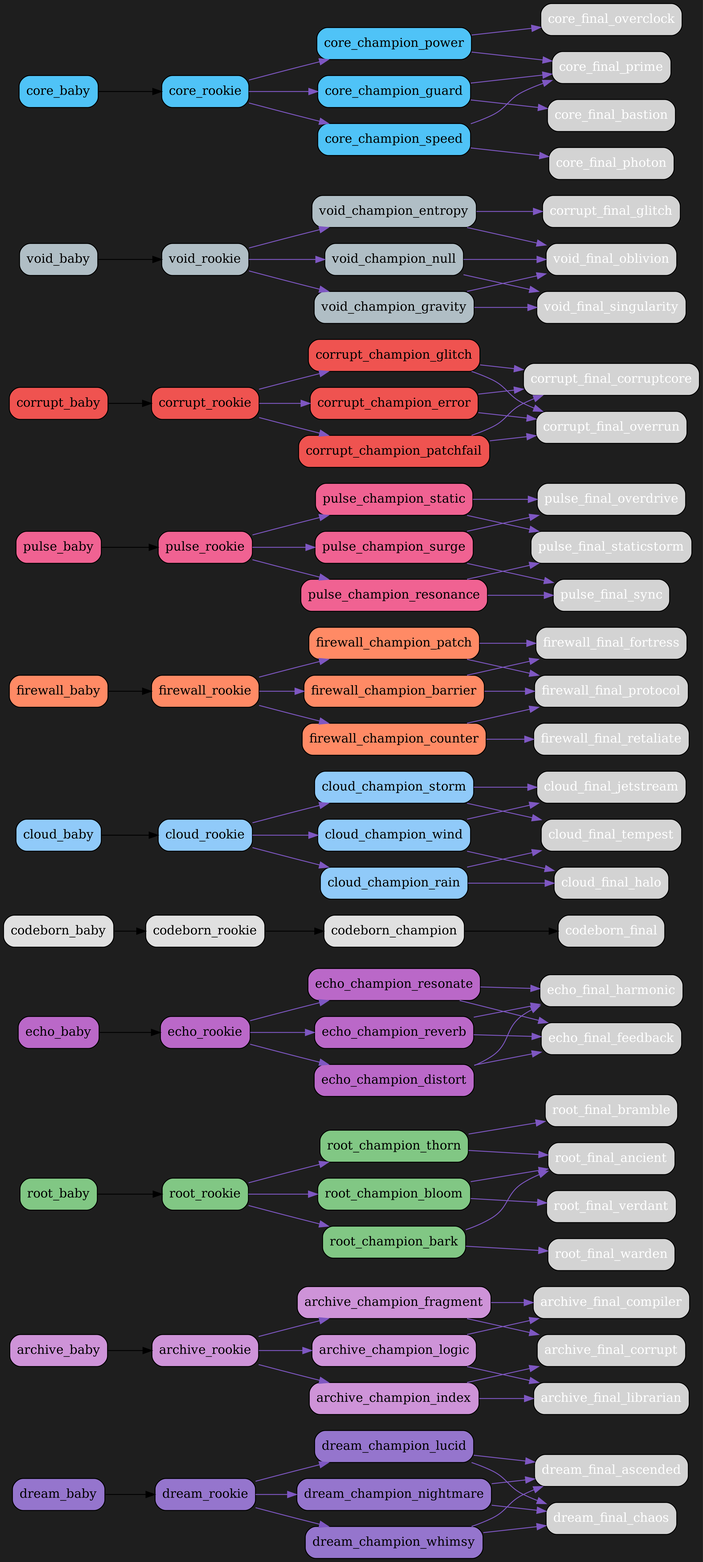
Earlier version of the Graphviz export src/netgrid/systems/evolution/graphs/dark/evolution_graph_dark.png (bwlight/NetGrid). Its source is kept beside it as src/netgrid/systems/evolution/graphs/dark/evolution_graph_dark.dot.
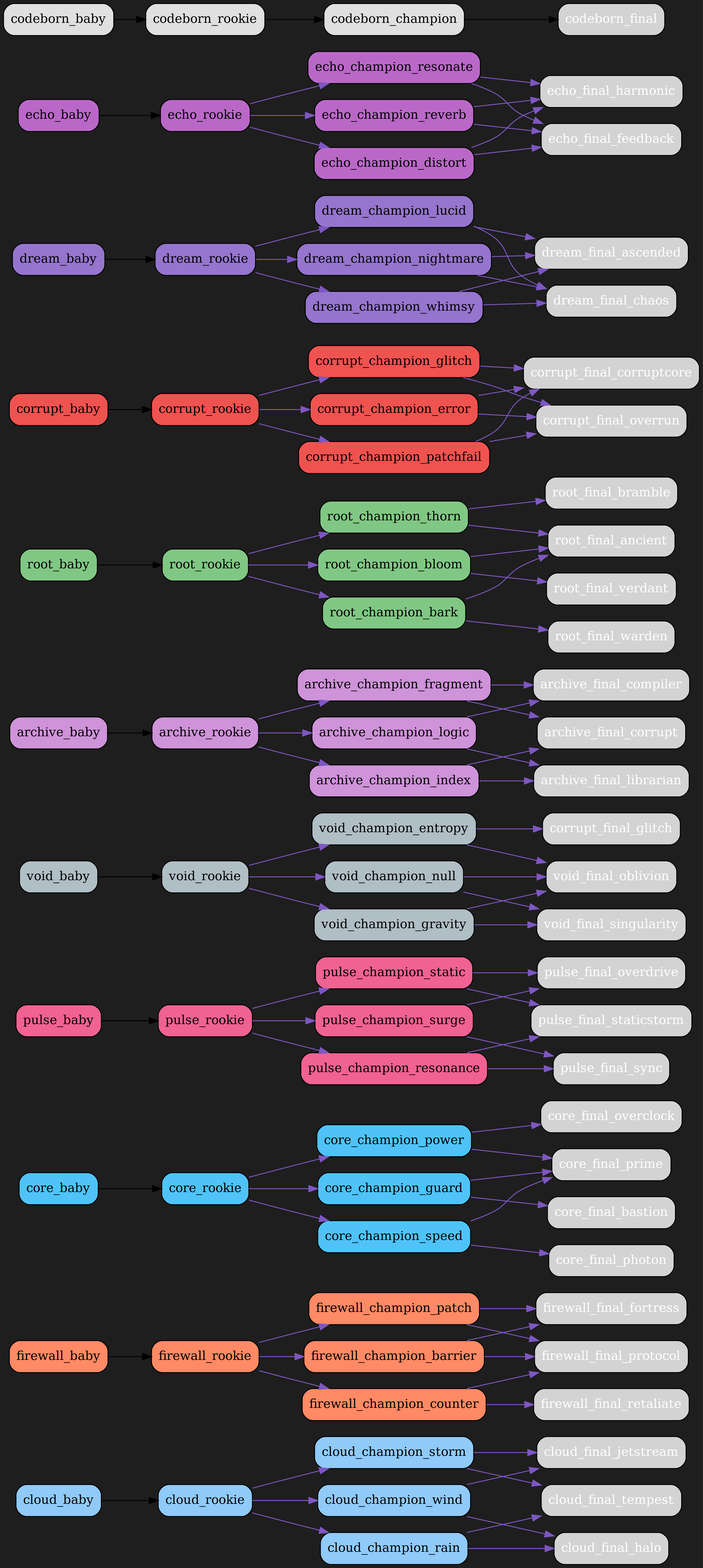
After the change.

Commit message:
Auto-update evolution graphs

Change to the diagram source:
```diff
@@ -2,21 +2,81 @@
   rankdir=LR;
   bgcolor="#1e1e1e";
   node [shape=box, style="rounded,filled", fontcolor="white"];
-  "dream_baby" [fillcolor="#9575cd", fontcolor="black"];
-  "dream_baby" -> "dream_rookie";
-  "dream_rookie" [fillcolor="#9575cd", fontcolor="black"];
-  "dream_rookie" -> "dream_champion_lucid" [color="#7e57c2"];
-  "dream_rookie" -> "dream_champion_nightmare" [color="#7e57c2"];
-  "dream_rookie" -> "dream_champion_whimsy" [color="#7e57c2"];
-  "dream_champion_lucid" [fillcolor="#9575cd", fontcolor="black"];
-  "dream_champion_lucid" -> "dream_final_ascended" [color="#7e57c2"];
-  "dream_champion_lucid" -> "dream_final_chaos" [color="#7e57c2"];
-  "dream_champion_nightmare" [fillcolor="#9575cd", fontcolor="black"];
-  "dream_champion_nightmare" -> "dream_final_chaos" [color="#7e57c2"];
-  "dream_champion_nightmare" -> "dream_final_ascended" [color="#7e57c2"];
-  "dream_champion_whimsy" [fillcolor="#9575cd", fontcolor="black"];
-  "dream_champion_whimsy" -> "dream_final_ascended" [color="#7e57c2"];
-  "dream_champion_whimsy" -> "dream_final_chaos" [color="#7e57c2"];
+  "cloud_baby" [fillcolor="#90caf9", fontcolor="black"];
+  "cloud_baby" -> "cloud_rookie";
+  "cloud_rookie" [fillcolor="#90caf9", fontcolor="black"];
+  "cloud_rookie" -> "cloud_champion_wind" [color="#7e57c2"];
+  "cloud_rookie" -> "cloud_champion_rain" [color="#7e57c2"];
+  "cloud_rookie" -> "cloud_champion_storm" [color="#7e57c2"];
+  "cloud_champion_wind" [fillcolor="#90caf9", fontcolor="black"];
+  "cloud_champion_wind" -> "cloud_final_jetstream" [color="#7e57c2"];
+  "cloud_champion_wind" -> "cloud_final_halo" [color="#7e57c2"];
+  "cloud_champion_rain" [fillcolor="#90caf9", fontcolor="black"];
+  "cloud_champion_rain" -> "cloud_final_halo" [color="#7e57c2"];
+  "cloud_champion_rain" -> "cloud_final_tempest" [color="#7e57c2"];
+  "cloud_champion_storm" [fillcolor="#90caf9", fontcolor="black"];
+  "cloud_champion_storm" -> "cloud_final_tempest" [color="#7e57c2"];
+  "cloud_champion_storm" -> "cloud_final_jetstream" [color="#7e57c2"];
+  "firewall_baby" [fillcolor="#ff8a65", fontcolor="black"];
+  "firewall_baby" -> "firewall_rookie";
+  "firewall_rookie" [fillcolor="#ff8a65", fontcolor="black"];
+  "firewall_rookie" -> "firewall_champion_barrier" [color="#7e57c2"];
+  "firewall_rookie" -> "firewall_champion_counter" [color="#7e57c2"];
+  "firewall_rookie" -> "firewall_champion_patch" [color="#7e57c2"];
+  "firewall_champion_barrier" [fillcolor="#ff8a65", fontcolor="black"];
+  "firewall_champion_barrier" -> "firewall_final_fortress" [color="#7e57c2"];
+  "firewall_champion_barrier" -> "firewall_final_protocol" [color="#7e57c2"];
+  "firewall_champion_counter" [fillcolor="#ff8a65", fontcolor="black"];
+  "firewall_champion_counter" -> "firewall_final_retaliate" [color="#7e57c2"];
+  "firewall_champion_counter" -> "firewall_final_protocol" [color="#7e57c2"];
+  "firewall_champion_patch" [fillcolor="#ff8a65", fontcolor="black"];
+  "firewall_champion_patch" -> "firewall_final_protocol" [color="#7e57c2"];
+  "firewall_champion_patch" -> "firewall_final_fortress" [color="#7e57c2"];
+  "core_baby" [fillcolor="#4fc3f7", fontcolor="black"];
+  "core_baby" -> "core_rookie";
+  "core_rookie" [fillcolor="#4fc3f7", fontcolor="black"];
+  "core_rookie" -> "core_champion_power" [color="#7e57c2"];
+  "core_rookie" -> "core_champion_guard" [color="#7e57c2"];
+  "core_rookie" -> "core_champion_speed" [color="#7e57c2"];
+  "core_champion_power" [fillcolor="#4fc3f7", fontcolor="black"];
+  "core_champion_power" -> "core_final_overclock" [color="#7e57c2"];
+  "core_champion_power" -> "core_final_prime" [color="#7e57c2"];
+  "core_champion_guard" [fillcolor="#4fc3f7", fontcolor="black"];
+  "core_champion_guard" -> "core_final_bastion" [color="#7e57c2"];
+  "core_champion_guard" -> "core_final_prime" [color="#7e57c2"];
+  "core_champion_speed" [fillcolor="#4fc3f7", fontcolor="black"];
+  "core_champion_speed" -> "core_final_photon" [color="#7e57c2"];
+  "core_champion_speed" -> "core_final_prime" [color="#7e57c2"];
+  "pulse_baby" [fillcolor="#f06292", fontcolor="black"];
+  "pulse_baby" -> "pulse_rookie";
+  "pulse_rookie" [fillcolor="#f06292", fontcolor="black"];
+  "pulse_rookie" -> "pulse_champion_surge" [color="#7e57c2"];
+  "pulse_rookie" -> "pulse_champion_resonance" [color="#7e57c2"];
+  "pulse_rookie" -> "pulse_champion_static" [color="#7e57c2"];
+  "pulse_champion_surge" [fillcolor="#f06292", fontcolor="black"];
+  "pulse_champion_surge" -> "pulse_final_overdrive" [color="#7e57c2"];
+  "pulse_champion_surge" -> "pulse_final_sync" [color="#7e57c2"];
+  "pulse_champion_resonance" [fillcolor="#f06292", fontcolor="black"];
+  "pulse_champion_resonance" -> "pulse_final_sync" [color="#7e57c2"];
+  "pulse_champion_resonance" -> "pulse_final_staticstorm" [color="#7e57c2"];
+  "pulse_champion_static" [fillcolor="#f06292", fontcolor="black"];
+  "pulse_champion_static" -> "pulse_final_staticstorm" [color="#7e57c2"];
+  "pulse_champion_static" -> "pulse_final_overdrive" [color="#7e57c2"];
+  "void_baby" [fillcolor="#b0bec5", fontcolor="black"];
+  "void_baby" -> "void_rookie";
+  "void_rookie" [fillcolor="#b0bec5", fontcolor="black"];
+  "void_rookie" -> "void_champion_entropy" [color="#7e57c2"];
+  "void_rookie" -> "void_champion_gravity" [color="#7e57c2"];
+  "void_rookie" -> "void_champion_null" [color="#7e57c2"];
+  "void_champion_entropy" [fillcolor="#b0bec5", fontcolor="black"];
+  "void_champion_entropy" -> "corrupt_final_glitch" [color="#7e57c2"];
+  "void_champion_entropy" -> "void_final_oblivion" [color="#7e57c2"];
+  "void_champion_gravity" [fillcolor="#b0bec5", fontcolor="black"];
+  "void_champion_gravity" -> "void_final_singularity" [color="#7e57c2"];
+  "void_champion_gravity" -> "void_final_oblivion" [color="#7e57c2"];
+  "void_champion_null" [fillcolor="#b0bec5", fontcolor="black"];
+  "void_champion_null" -> "void_final_oblivion" [color="#7e57c2"];
+  "void_champion_null" -> "void_final_singularity" [color="#7e57c2"];
   "archive_baby" [fillcolor="#ce93d8", fontcolor="black"];
   "archive_baby" -> "archive_rookie";
   "archive_rookie" [fillcolor="#ce93d8", fontcolor="black"];
@@ -47,6 +107,36 @@
   "root_champion_bark" [fillcolor="#81c784", fontcolor="black"];
   "root_champion_bark" -> "root_final_warden" [color="#7e57c2"];
   "root_champion_bark" -> "root_final_ancient" [color="#7e57c2"];
+  "corrupt_baby" [fillcolor="#ef5350", fontcolor="black"];
+  "corrupt_baby" -> "corrupt_rookie";
+  "corrupt_rookie" [fillcolor="#ef5350", fontcolor="black"];
+  "corrupt_rookie" -> "corrupt_champion_glitch" [color="#7e57c2"];
+  "corrupt_rookie" -> "corrupt_champion_error" [color="#7e57c2"];
+  "corrupt_rookie" -> "corrupt_champion_patchfail" [color="#7e57c2"];
+  "corrupt_champion_glitch" [fillcolor="#ef5350", fontcolor="black"];
+  "corrupt_champion_glitch" -> "corrupt_final_corruptcore" [color="#7e57c2"];
+  "corrupt_champion_glitch" -> "corrupt_final_overrun" [color="#7e57c2"];
+  "corrupt_champion_error" [fillcolor="#ef5350", fontcolor="black"];
+  "corrupt_champion_error" -> "corrupt_final_overrun" [color="#7e57c2"];
+  "corrupt_champion_error" -> "corrupt_final_corruptcore" [color="#7e57c2"];
+  "corrupt_champion_patchfail" [fillcolor="#ef5350", fontcolor="black"];
+  "corrupt_champion_patchfail" -> "corrupt_final_corruptcore" [color="#7e57c2"];
+  "corrupt_champion_patchfail" -> "corrupt_final_overrun" [color="#7e57c2"];
+  "dream_baby" [fillcolor="#9575cd", fontcolor="black"];
+  "dream_baby" -> "dream_rookie";
+  "dream_rookie" [fillcolor="#9575cd", fontcolor="black"];
+  "dream_rookie" -> "dream_champion_lucid" [color="#7e57c2"];
+  "dream_rookie" -> "dream_champion_nightmare" [color="#7e57c2"];
+  "dream_rookie" -> "dream_champion_whimsy" [color="#7e57c2"];
+  "dream_champion_lucid" [fillcolor="#9575cd", fontcolor="black"];
+  "dream_champion_lucid" -> "dream_final_ascended" [color="#7e57c2"];
+  "dream_champion_lucid" -> "dream_final_chaos" [color="#7e57c2"];
+  "dream_champion_nightmare" [fillcolor="#9575cd", fontcolor="black"];
+  "dream_champion_nightmare" -> "dream_final_chaos" [color="#7e57c2"];
+  "dream_champion_nightmare" -> "dream_final_ascended" [color="#7e57c2"];
+  "dream_champion_whimsy" [fillcolor="#9575cd", fontcolor="black"];
+  "dream_champion_whimsy" -> "dream_final_ascended" [color="#7e57c2"];
+  "dream_champion_whimsy" -> "dream_final_chaos" [color="#7e57c2"];
   "echo_baby" [fillcolor="#ba68c8", fontcolor="black"];
   "echo_baby" -> "echo_rookie";
   "echo_rookie" [fillcolor="#ba68c8", fontcolor="black"];
@@ -68,94 +158,4 @@
   "codeborn_rookie" -> "codeborn_champion";
   "codeborn_champion" [fillcolor="#e0e0e0", fontcolor="black"];
   "codeborn_champion" -> "codeborn_final";
-  "cloud_baby" [fillcolor="#90caf9", fontcolor="black"];
-  "cloud_baby" -> "cloud_rookie";
-  "cloud_rookie" [fillcolor="#90caf9", fontcolor="black"];
-  "cloud_rookie" -> "cloud_champion_wind" [color="#7e57c2"];
-  "cloud_rookie" -> "cloud_champion_rain" [color="#7e57c2"];
-  "cloud_rookie" -> "cloud_champion_storm" [color="#7e57c2"];
-  "cloud_champion_wind" [fillcolor="#90caf9", fontcolor="black"];
-  "cloud_champion_wind" -> "cloud_final_jetstream" [color="#7e57c2"];
-  "cloud_champion_wind" -> "cloud_final_halo" [color="#7e57c2"];
-  "cloud_champion_rain" [fillcolor="#90caf9", fontcolor="black"];
-  "cloud_champion_rain" -> "cloud_final_halo" [color="#7e57c2"];
-  "cloud_champion_rain" -> "cloud_final_tempest" [color="#7e57c2"];
-  "cloud_champion_storm" [fillcolor="#90caf9", fontcolor="black"];
-  "cloud_champion_storm" -> "cloud_final_tempest" [color="#7e57c2"];
-  "cloud_champion_storm" -> "cloud_final_jetstream" [color="#7e57c2"];
-  "firewall_baby" [fillcolor="#ff8a65", fontcolor="black"];
-  "firewall_baby" -> "firewall_rookie";
-  "firewall_rookie" [fillcolor="#ff8a65", fontcolor="black"];
-  "firewall_rookie" -> "firewall_champion_barrier" [color="#7e57c2"];
-  "firewall_rookie" -> "firewall_champion_counter" [color="#7e57c2"];
-  "firewall_rookie" -> "firewall_champion_patch" [color="#7e57c2"];
-  "firewall_champion_barrier" [fillcolor="#ff8a65", fontcolor="black"];
-  "firewall_champion_barrier" -> "firewall_final_fortress" [color="#7e57c2"];
-  "firewall_champion_barrier" -> "firewall_final_protocol" [color="#7e57c2"];
-  "firewall_champion_counter" [fillcolor="#ff8a65", fontcolor="black"];
-  "firewall_champion_counter" -> "firewall_final_retaliate" [color="#7e57c2"];
-  "firewall_champion_counter" -> "firewall_final_protocol" [color="#7e57c2"];
-  "firewall_champion_patch" [fillcolor="#ff8a65", fontcolor="black"];
-  "firewall_champion_patch" -> "firewall_final_protocol" [color="#7e57c2"];
-  "firewall_champion_patch" -> "firewall_final_fortress" [color="#7e57c2"];
-  "pulse_baby" [fillcolor="#f06292", fontcolor="black"];
-  "pulse_baby" -> "pulse_rookie";
-  "pulse_rookie" [fillcolor="#f06292", fontcolor="black"];
-  "pulse_rookie" -> "pulse_champion_surge" [color="#7e57c2"];
-  "pulse_rookie" -> "pulse_champion_resonance" [color="#7e57c2"];
-  "pulse_rookie" -> "pulse_champion_static" [color="#7e57c2"];
-  "pulse_champion_surge" [fillcolor="#f06292", fontcolor="black"];
-  "pulse_champion_surge" -> "pulse_final_overdrive" [color="#7e57c2"];
-  "pulse_champion_surge" -> "pulse_final_sync" [color="#7e57c2"];
-  "pulse_champion_resonance" [fillcolor="#f06292", fontcolor="black"];
-  "pulse_champion_resonance" -> "pulse_final_sync" [color="#7e57c2"];
-  "pulse_champion_resonance" -> "pulse_final_staticstorm" [color="#7e57c2"];
-  "pulse_champion_static" [fillcolor="#f06292", fontcolor="black"];
-  "pulse_champion_static" -> "pulse_final_staticstorm" [color="#7e57c2"];
-  "pulse_champion_static" -> "pulse_final_overdrive" [color="#7e57c2"];
-  "corrupt_baby" [fillcolor="#ef5350", fontcolor="black"];
-  "corrupt_baby" -> "corrupt_rookie";
-  "corrupt_rookie" [fillcolor="#ef5350", fontcolor="black"];
-  "corrupt_rookie" -> "corrupt_champion_glitch" [color="#7e57c2"];
-  "corrupt_rookie" -> "corrupt_champion_error" [color="#7e57c2"];
-  "corrupt_rookie" -> "corrupt_champion_patchfail" [color="#7e57c2"];
-  "corrupt_champion_glitch" [fillcolor="#ef5350", fontcolor="black"];
-  "corrupt_champion_glitch" -> "corrupt_final_corruptcore" [color="#7e57c2"];
-  "corrupt_champion_glitch" -> "corrupt_final_overrun" [color="#7e57c2"];
-  "corrupt_champion_error" [fillcolor="#ef5350", fontcolor="black"];
-  "corrupt_champion_error" -> "corrupt_final_overrun" [color="#7e57c2"];
-  "corrupt_champion_error" -> "corrupt_final_corruptcore" [color="#7e57c2"];
-  "corrupt_champion_patchfail" [fillcolor="#ef5350", fontcolor="black"];
-  "corrupt_champion_patchfail" -> "corrupt_final_corruptcore" [color="#7e57c2"];
-  "corrupt_champion_patchfail" -> "corrupt_final_overrun" [color="#7e57c2"];
-  "void_baby" [fillcolor="#b0bec5", fontcolor="black"];
-  "void_baby" -> "void_rookie";
-  "void_rookie" [fillcolor="#b0bec5", fontcolor="black"];
-  "void_rookie" -> "void_champion_entropy" [color="#7e57c2"];
-  "void_rookie" -> "void_champion_gravity" [color="#7e57c2"];
-  "void_rookie" -> "void_champion_null" [color="#7e57c2"];
-  "void_champion_entropy" [fillcolor="#b0bec5", fontcolor="black"];
-  "void_champion_entropy" -> "corrupt_final_glitch" [color="#7e57c2"];
-  "void_champion_entropy" -> "void_final_oblivion" [color="#7e57c2"];
-  "void_champion_gravity" [fillcolor="#b0bec5", fontcolor="black"];
-  "void_champion_gravity" -> "void_final_singularity" [color="#7e57c2"];
-  "void_champion_gravity" -> "void_final_oblivion" [color="#7e57c2"];
-  "void_champion_null" [fillcolor="#b0bec5", fontcolor="black"];
-  "void_champion_null" -> "void_final_oblivion" [color="#7e57c2"];
-  "void_champion_null" -> "void_final_singularity" [color="#7e57c2"];
-  "core_baby" [fillcolor="#4fc3f7", fontcolor="black"];
-  "core_baby" -> "core_rookie";
-  "core_rookie" [fillcolor="#4fc3f7", fontcolor="black"];
-  "core_rookie" -> "core_champion_power" [color="#7e57c2"];
-  "core_rookie" -> "core_champion_guard" [color="#7e57c2"];
-  "core_rookie" -> "core_champion_speed" [color="#7e57c2"];
-  "core_champion_power" [fillcolor="#4fc3f7", fontcolor="black"];
-  "core_champion_power" -> "core_final_overclock" [color="#7e57c2"];
-  "core_champion_power" -> "core_final_prime" [color="#7e57c2"];
-  "core_champion_guard" [fillcolor="#4fc3f7", fontcolor="black"];
-  "core_champion_guard" -> "core_final_bastion" [color="#7e57c2"];
-  "core_champion_guard" -> "core_final_prime" [color="#7e57c2"];
-  "core_champion_speed" [fillcolor="#4fc3f7", fontcolor="black"];
-  "core_champion_speed" -> "core_final_photon" [color="#7e57c2"];
-  "core_champion_speed" -> "core_final_prime" [color="#7e57c2"];
 }
```
